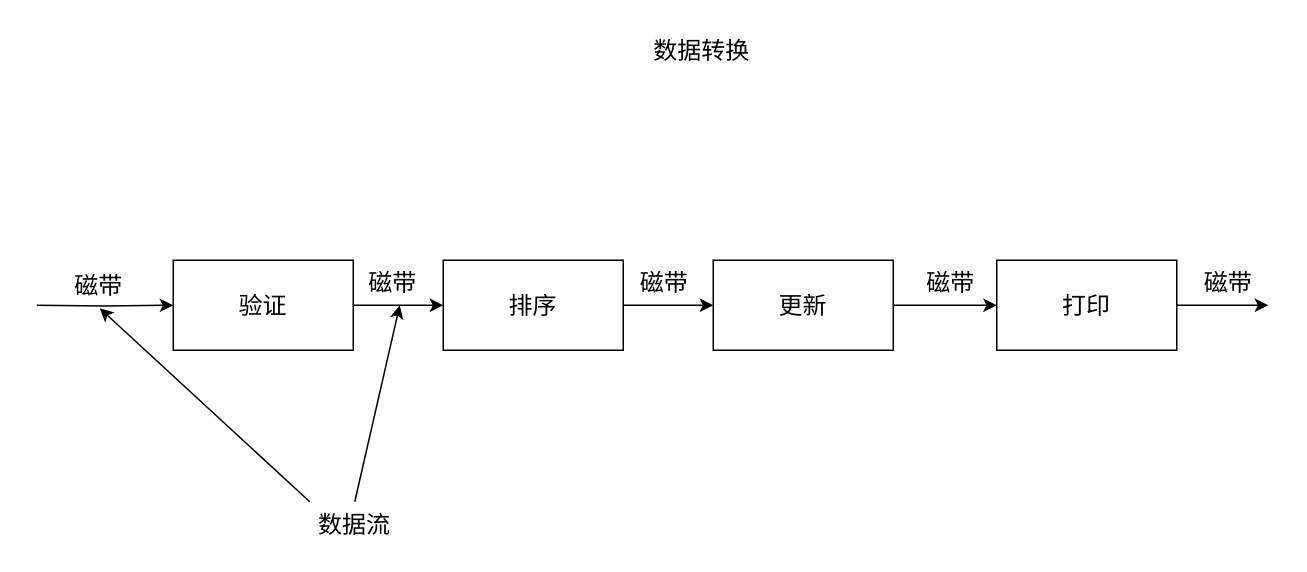
This is 软考.drawio from xiaodongYao/DrawIO, a draw.io file, before an edit. Source tidied: cells renumbered, new cells numbered last; positions are measured from the earlier drawing's top-left corner, leaving out a move shared by most shapes. Both pictures are drawn from the tidied source at 150%, with x=0, y=0 at pixel (36, 26).
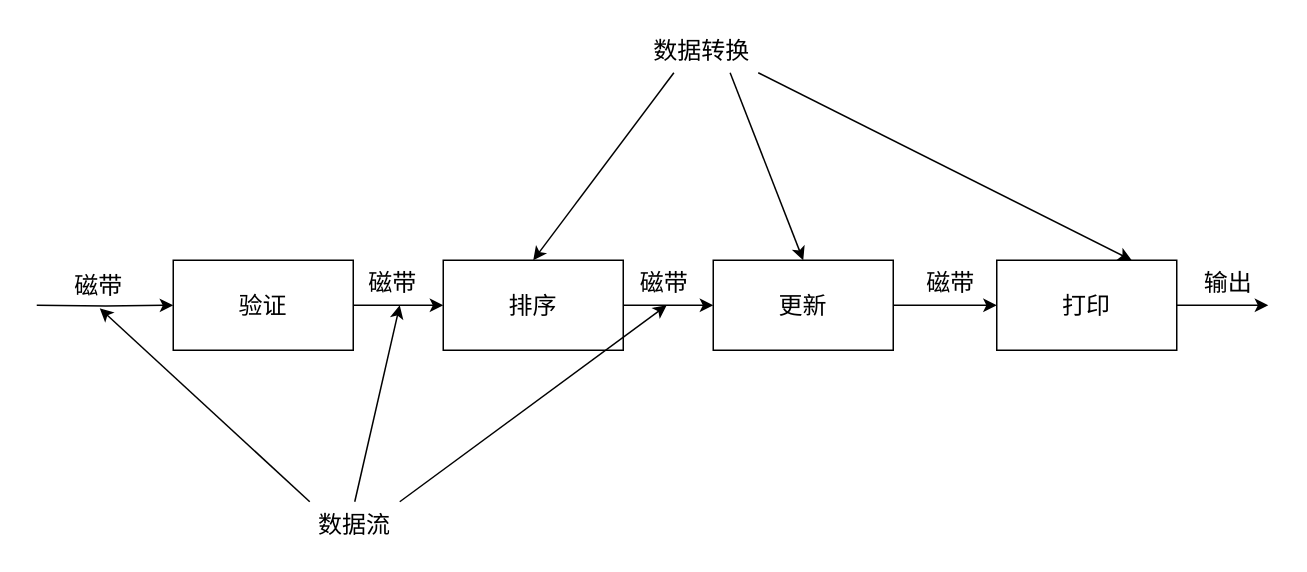
Above is the later version.

The change refers to these unchanged cells:
```xml
<mxCell id="3" value="排序" style="rounded=0;whiteSpace=wrap;html=1;fontSize=16;" parent="1" vertex="1">
  <mxGeometry x="271" y="156" width="120" height="60" as="geometry" />
</mxCell>
<mxCell id="7" value="打印" style="rounded=0;whiteSpace=wrap;html=1;fontSize=16;" parent="1" vertex="1">
  <mxGeometry x="640" y="156" width="120" height="60" as="geometry" />
</mxCell>
<mxCell id="9" value="更新" style="rounded=0;whiteSpace=wrap;html=1;fontSize=16;" parent="1" vertex="1">
  <mxGeometry x="451" y="156" width="120" height="60" as="geometry" />
</mxCell>
<mxCell id="14" value="数据流" style="text;html=1;strokeColor=none;fillColor=none;align=center;verticalAlign=middle;whiteSpace=wrap;rounded=0;fontSize=16;" parent="1" vertex="1">
  <mxGeometry x="182" y="317" width="60" height="30" as="geometry" />
</mxCell>
<mxCell id="15" value="数据转换" style="text;html=1;strokeColor=none;fillColor=none;align=center;verticalAlign=middle;whiteSpace=wrap;rounded=0;fontSize=16;" parent="1" vertex="1">
  <mxGeometry x="406" width="75" height="31" as="geometry" />
</mxCell>
```

Change to the diagram source:
```diff
@@
+    <mxCell id="20" style="rounded=0;jettySize=auto;html=1;exitX=1;exitY=0;exitDx=0;exitDy=0;" parent="1" edge="1" source="14">
+      <mxGeometry relative="1" as="geometry">
+        <mxPoint x="420" y="186" as="targetPoint" />
+      </mxGeometry>
+    </mxCell>
@@
+    <mxCell id="21" style="rounded=0;jettySize=auto;html=1;exitX=0.25;exitY=1;exitDx=0;exitDy=0;entryX=0.5;entryY=0;entryDx=0;entryDy=0;" parent="1" edge="1" source="15" target="3">
+      <mxGeometry relative="1" as="geometry" />
+    </mxCell>
+    <mxCell id="22" style="rounded=0;jettySize=auto;html=1;exitX=0.75;exitY=1;exitDx=0;exitDy=0;entryX=0.5;entryY=0;entryDx=0;entryDy=0;" parent="1" edge="1" source="15" target="9">
+      <mxGeometry relative="1" as="geometry" />
+    </mxCell>
+    <mxCell id="23" style="rounded=0;jettySize=auto;html=1;exitX=1;exitY=1;exitDx=0;exitDy=0;entryX=0.75;entryY=0;entryDx=0;entryDy=0;" parent="1" edge="1" source="15" target="7">
+      <mxGeometry relative="1" as="geometry" />
+    </mxCell>
@@
-    <mxCell id="19" value="磁带" style="edgeLabel;html=1;align=center;verticalAlign=middle;fontSize=16;" parent="1" vertex="1">
+    <mxCell id="19" value="输出" style="edgeLabel;html=1;align=center;verticalAlign=middle;fontSize=16;" parent="1" vertex="1">
       <mxGeometry x="793" y="170" as="geometry" />
     </mxCell>
```
